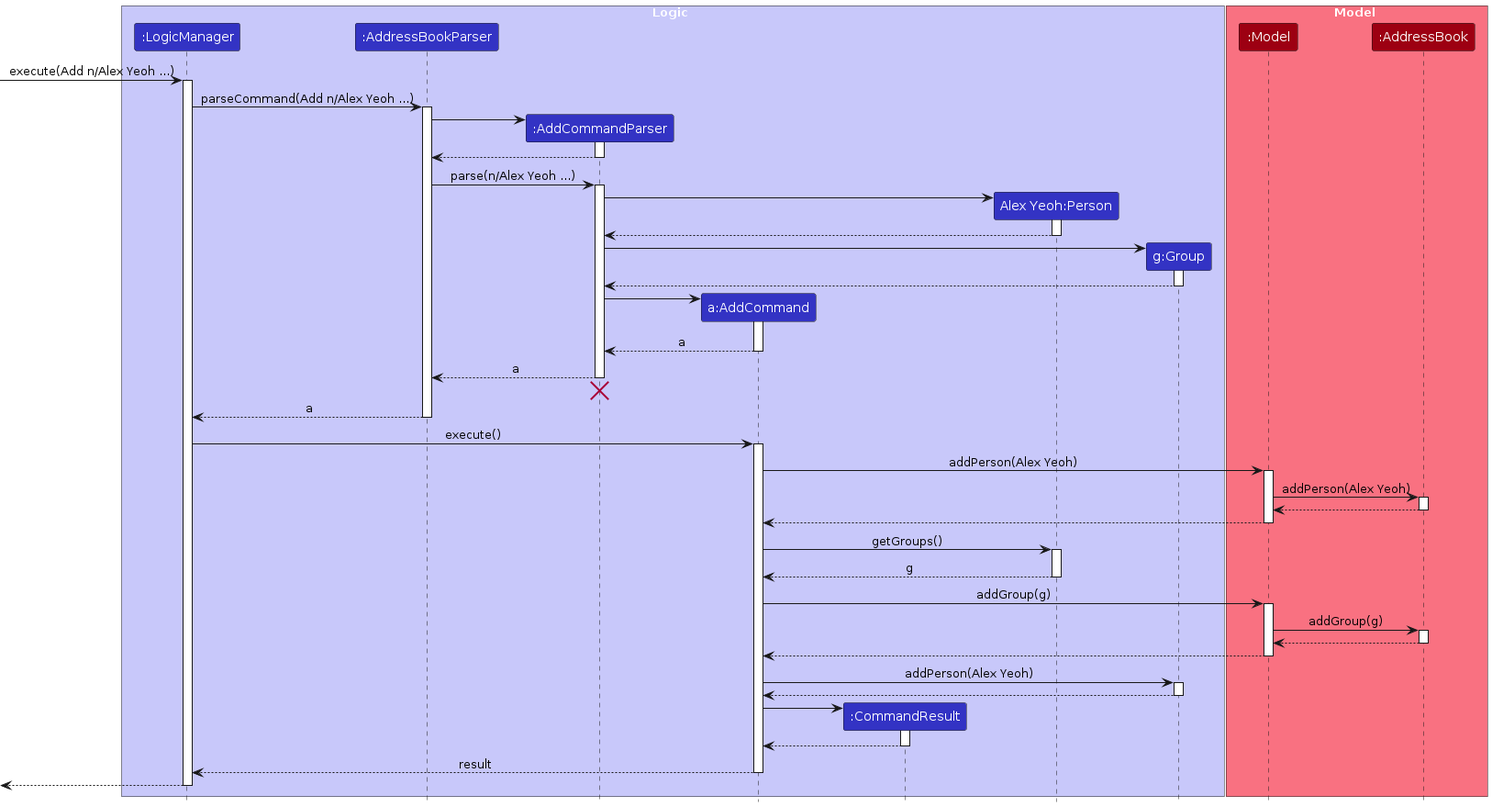
The PlantUML diagram diagrams/AddCommandSequenceDiagram.png in Kailash201/tp, before a commit. Its source is kept beside it as diagrams/AddCommandSequenceDiagram.puml. The source it was exported from:
```plantuml
@startuml
!include style.puml
skinparam ArrowFontStyle plain

box Logic LOGIC_COLOR_T1
participant ":LogicManager" as LogicManager LOGIC_COLOR
participant ":AddressBookParser" as AddressBookParser LOGIC_COLOR
participant ":AddCommandParser" as AddCommandParser LOGIC_COLOR
participant "a:AddCommand" as AddCommand LOGIC_COLOR
participant ":CommandResult" as CommandResult LOGIC_COLOR
participant "Alex Yeoh:Person" as Person LOGIC_COLOR
participant "g:Group" as Group LOGIC_COLOR
end box

box Model MODEL_COLOR_T1
participant ":Model" as Model MODEL_COLOR
participant ":AddressBook" as AddressBook MODEL_COLOR
end box

[-> LogicManager : execute(Add n/Alex Yeoh ...)
activate LogicManager

LogicManager -> AddressBookParser : parseCommand(Add n/Alex Yeoh ...)
activate AddressBookParser

create AddCommandParser
AddressBookParser -> AddCommandParser
activate AddCommandParser

AddCommandParser --> AddressBookParser
deactivate AddCommandParser

AddressBookParser -> AddCommandParser : parse(n/Alex Yeoh ...)
activate AddCommandParser

create Person
AddCommandParser -> Person
activate Person

Person --> AddCommandParser
deactivate Person

create Group
AddCommandParser -> Group
activate Group

Group --> AddCommandParser
deactivate Group

Create AddCommand
AddCommandParser -> AddCommand
activate AddCommand

AddCommand --> AddCommandParser : a
deactivate AddCommand

AddCommandParser --> AddressBookParser : a
deactivate AddCommandParser
AddCommandParser -[hidden]-> AddressBookParser
destroy AddCommandParser

AddressBookParser --> LogicManager : a
deactivate AddressBookParser

LogicManager -> AddCommand : execute()
activate AddCommand

AddCommand -> Model : addPerson(Alex Yeoh)
activate Model

Model -> AddressBook : addPerson(Alex Yeoh)
activate AddressBook

AddressBook --> Model
deactivate AddressBook

Model --> AddCommand
deactivate Model

AddCommand -> Person : getGroups()
activate Person



Person --> AddCommand : g
deactivate Person

AddCommand -> Model : addGroup(g)
activate Model

Model -> AddressBook : addGroup(g)
activate AddressBook



AddressBook --> Model
deactivate AddressBook

Model --> AddCommand
deactivate Model

AddCommand -> Group : addPerson(Alex Yeoh)
activate Group

Group --> AddCommand
deactivate Group


create CommandResult
AddCommand -> CommandResult
activate CommandResult

CommandResult --> AddCommand
deactivate CommandResult

AddCommand --> LogicManager : result
deactivate AddCommand
[<--LogicManager
deactivate LogicManager



@enduml
```
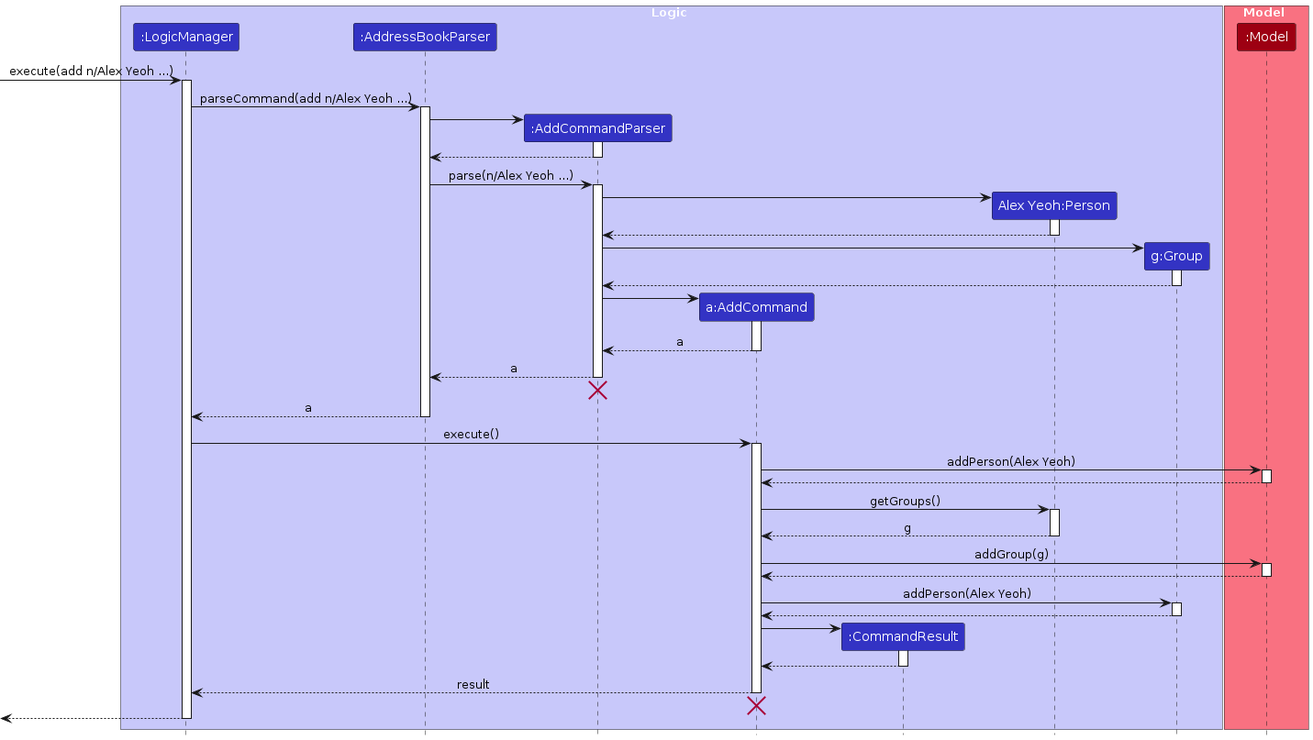
After the change.

Diff of the diagram source:
```diff
@@ -14,13 +14,12 @@
 
 box Model MODEL_COLOR_T1
 participant ":Model" as Model MODEL_COLOR
-participant ":AddressBook" as AddressBook MODEL_COLOR
 end box
 
-[-> LogicManager : execute(Add n/Alex Yeoh ...)
+[-> LogicManager : execute(add n/Alex Yeoh ...)
 activate LogicManager
 
-LogicManager -> AddressBookParser : parseCommand(Add n/Alex Yeoh ...)
+LogicManager -> AddressBookParser : parseCommand(add n/Alex Yeoh ...)
 activate AddressBookParser
 
 create AddCommandParser
@@ -41,11 +40,13 @@
 deactivate Person
 
 create Group
+
 AddCommandParser -> Group
 activate Group
 
 Group --> AddCommandParser
 deactivate Group
+
 
 Create AddCommand
 AddCommandParser -> AddCommand
@@ -68,33 +69,17 @@
 AddCommand -> Model : addPerson(Alex Yeoh)
 activate Model
 
-Model -> AddressBook : addPerson(Alex Yeoh)
-activate AddressBook
-
-AddressBook --> Model
-deactivate AddressBook
-
 Model --> AddCommand
 deactivate Model
 
 AddCommand -> Person : getGroups()
 activate Person
 
-
-
 Person --> AddCommand : g
 deactivate Person
 
 AddCommand -> Model : addGroup(g)
 activate Model
-
-Model -> AddressBook : addGroup(g)
-activate AddressBook
-
-
-
-AddressBook --> Model
-deactivate AddressBook
 
 Model --> AddCommand
 deactivate Model
@@ -113,8 +98,13 @@
 CommandResult --> AddCommand
 deactivate CommandResult
 
+
 AddCommand --> LogicManager : result
 deactivate AddCommand
+
+AddCommand -[hidden]-> AddressBookParser
+destroy AddCommand
+
 [<--LogicManager
 deactivate LogicManager
 
```
